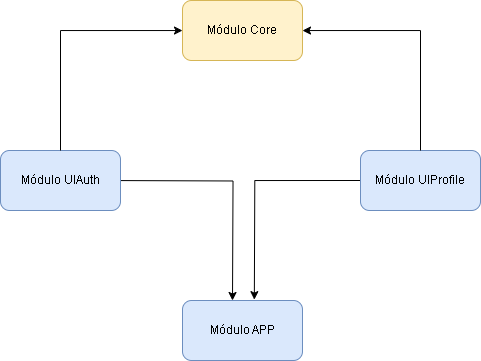
This is docs/modules.png from raphaelmaracaipe/portfolio-android, a draw.io export, as it was before one commit. Source tidied: cells renumbered, new cells last; positions are measured from the earlier drawing's top-left corner, leaving out a move shared by most shapes. Source of this version:
```xml
<mxGraphModel>
  <root>
    <mxCell id="0" />
    <mxCell id="1" parent="0" />
    <mxCell id="2" value="Módulo APP" style="rounded=1;whiteSpace=wrap;html=1;fillColor=#dae8fc;strokeColor=#6c8ebf;" parent="1" vertex="1">
      <mxGeometry x="182" y="300" width="120" height="60" as="geometry" />
    </mxCell>
    <mxCell id="3" style="edgeStyle=orthogonalEdgeStyle;rounded=0;orthogonalLoop=1;jettySize=auto;html=1;entryX=0.5;entryY=0;entryDx=0;entryDy=0;" parent="1" edge="1">
      <mxGeometry relative="1" as="geometry">
        <mxPoint x="112" y="180" as="sourcePoint" />
        <mxPoint x="232" y="300" as="targetPoint" />
      </mxGeometry>
    </mxCell>
    <mxCell id="4" value="Módulo UIAuth" style="rounded=1;whiteSpace=wrap;html=1;fillColor=#dae8fc;strokeColor=#6c8ebf;" parent="1" vertex="1">
      <mxGeometry y="150" width="120" height="60" as="geometry" />
    </mxCell>
    <mxCell id="5" style="edgeStyle=orthogonalEdgeStyle;rounded=0;jettySize=auto;html=1;entryX=0.657;entryY=-0.031;entryDx=0;entryDy=0;entryPerimeter=0;exitX=0;exitY=0.5;exitDx=0;exitDy=0;" parent="1" edge="1" source="6">
      <mxGeometry relative="1" as="geometry">
        <mxPoint x="253.8" y="299.1" as="targetPoint" />
      </mxGeometry>
    </mxCell>
    <mxCell id="6" value="Módulo UIProfile" style="rounded=1;whiteSpace=wrap;html=1;fillColor=#dae8fc;strokeColor=#6c8ebf;" parent="1" vertex="1">
      <mxGeometry x="360" y="150" width="120" height="60" as="geometry" />
    </mxCell>
    <mxCell id="7" style="edgeStyle=orthogonalEdgeStyle;rounded=0;jettySize=auto;html=1;exitX=0.5;exitY=0;exitDx=0;exitDy=0;" parent="1" edge="1" source="4" target="9">
      <mxGeometry relative="1" as="geometry">
        <Array as="points">
          <mxPoint x="60" y="30" />
        </Array>
      </mxGeometry>
    </mxCell>
    <mxCell id="8" style="edgeStyle=orthogonalEdgeStyle;rounded=0;jettySize=auto;html=1;exitX=0.5;exitY=0;exitDx=0;exitDy=0;" parent="1" edge="1" source="6" target="9">
      <mxGeometry relative="1" as="geometry">
        <Array as="points">
          <mxPoint x="420" y="30" />
        </Array>
      </mxGeometry>
    </mxCell>
    <mxCell id="9" value="Módulo Core" style="rounded=1;whiteSpace=wrap;html=1;fillColor=#fff2cc;strokeColor=#d6b656;" parent="1" vertex="1">
      <mxGeometry x="182" width="120" height="60" as="geometry" />
    </mxCell>
  </root>
</mxGraphModel>
```
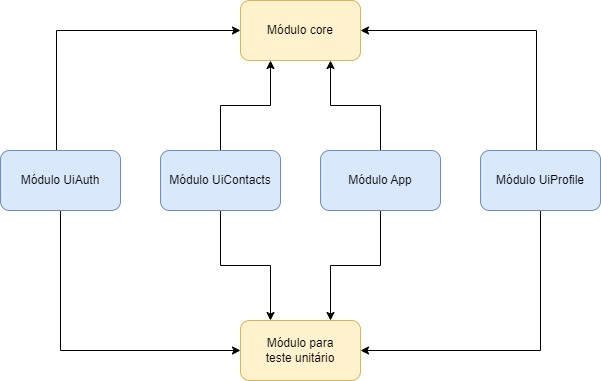
Later version of the same file.

What changed in the source:
```diff
@@ -2,42 +2,63 @@
   <root>
     <mxCell id="0" />
     <mxCell id="1" parent="0" />
-    <mxCell id="2" value="Módulo APP" style="rounded=1;whiteSpace=wrap;html=1;fillColor=#dae8fc;strokeColor=#6c8ebf;" parent="1" vertex="1">
-      <mxGeometry x="182" y="300" width="120" height="60" as="geometry" />
-    </mxCell>
-    <mxCell id="3" style="edgeStyle=orthogonalEdgeStyle;rounded=0;orthogonalLoop=1;jettySize=auto;html=1;entryX=0.5;entryY=0;entryDx=0;entryDy=0;" parent="1" edge="1">
-      <mxGeometry relative="1" as="geometry">
-        <mxPoint x="112" y="180" as="sourcePoint" />
-        <mxPoint x="232" y="300" as="targetPoint" />
-      </mxGeometry>
-    </mxCell>
-    <mxCell id="4" value="Módulo UIAuth" style="rounded=1;whiteSpace=wrap;html=1;fillColor=#dae8fc;strokeColor=#6c8ebf;" parent="1" vertex="1">
-      <mxGeometry y="150" width="120" height="60" as="geometry" />
-    </mxCell>
-    <mxCell id="5" style="edgeStyle=orthogonalEdgeStyle;rounded=0;jettySize=auto;html=1;entryX=0.657;entryY=-0.031;entryDx=0;entryDy=0;entryPerimeter=0;exitX=0;exitY=0.5;exitDx=0;exitDy=0;" parent="1" edge="1" source="6">
-      <mxGeometry relative="1" as="geometry">
-        <mxPoint x="253.8" y="299.1" as="targetPoint" />
-      </mxGeometry>
-    </mxCell>
-    <mxCell id="6" value="Módulo UIProfile" style="rounded=1;whiteSpace=wrap;html=1;fillColor=#dae8fc;strokeColor=#6c8ebf;" parent="1" vertex="1">
-      <mxGeometry x="360" y="150" width="120" height="60" as="geometry" />
-    </mxCell>
-    <mxCell id="7" style="edgeStyle=orthogonalEdgeStyle;rounded=0;jettySize=auto;html=1;exitX=0.5;exitY=0;exitDx=0;exitDy=0;" parent="1" edge="1" source="4" target="9">
-      <mxGeometry relative="1" as="geometry">
-        <Array as="points">
-          <mxPoint x="60" y="30" />
-        </Array>
-      </mxGeometry>
-    </mxCell>
-    <mxCell id="8" style="edgeStyle=orthogonalEdgeStyle;rounded=0;jettySize=auto;html=1;exitX=0.5;exitY=0;exitDx=0;exitDy=0;" parent="1" edge="1" source="6" target="9">
-      <mxGeometry relative="1" as="geometry">
-        <Array as="points">
-          <mxPoint x="420" y="30" />
-        </Array>
-      </mxGeometry>
-    </mxCell>
-    <mxCell id="9" value="Módulo Core" style="rounded=1;whiteSpace=wrap;html=1;fillColor=#fff2cc;strokeColor=#d6b656;" parent="1" vertex="1">
-      <mxGeometry x="182" width="120" height="60" as="geometry" />
-    </mxCell>
+    <mxCell id="10" value="Módulo para&lt;br&gt;teste unitário" style="rounded=1;whiteSpace=wrap;html=1;fillColor=#fff2cc;strokeColor=#d6b656;" parent="1" vertex="1">
+      <mxGeometry x="-116" y="520" width="120" height="60" as="geometry" />
+    </mxCell>
+    <mxCell id="11" value="Módulo core" style="rounded=1;whiteSpace=wrap;html=1;fillColor=#fff2cc;strokeColor=#d6b656;" parent="1" vertex="1">
+      <mxGeometry x="-116" y="200" width="120" height="60" as="geometry" />
+    </mxCell>
+    <mxCell id="12" style="edgeStyle=orthogonalEdgeStyle;rounded=0;jettySize=auto;html=1;entryX=0;entryY=0.5;entryDx=0;entryDy=0;" parent="1" edge="1" source="14" target="10">
+      <mxGeometry relative="1" as="geometry">
+        <Array as="points">
+          <mxPoint x="-296" y="550" />
+        </Array>
+      </mxGeometry>
+    </mxCell>
+    <mxCell id="13" style="edgeStyle=orthogonalEdgeStyle;rounded=0;jettySize=auto;html=1;entryX=0;entryY=0.5;entryDx=0;entryDy=0;" parent="1" edge="1" source="14" target="11">
+      <mxGeometry relative="1" as="geometry">
+        <Array as="points">
+          <mxPoint x="-300" y="230" />
+        </Array>
+      </mxGeometry>
+    </mxCell>
+    <mxCell id="14" value="Módulo UiAuth" style="rounded=1;whiteSpace=wrap;html=1;fillColor=#dae8fc;strokeColor=#6c8ebf;" parent="1" vertex="1">
+      <mxGeometry x="-356" y="350" width="120" height="60" as="geometry" />
+    </mxCell>
+    <mxCell id="15" style="edgeStyle=orthogonalEdgeStyle;rounded=0;jettySize=auto;html=1;entryX=0.25;entryY=0;entryDx=0;entryDy=0;" parent="1" edge="1" source="17" target="10">
+      <mxGeometry relative="1" as="geometry" />
+    </mxCell>
+    <mxCell id="16" style="edgeStyle=orthogonalEdgeStyle;rounded=0;jettySize=auto;html=1;entryX=0.25;entryY=1;entryDx=0;entryDy=0;" parent="1" edge="1" source="17" target="11">
+      <mxGeometry relative="1" as="geometry" />
+    </mxCell>
+    <mxCell id="17" value="Módulo UiContacts" style="rounded=1;whiteSpace=wrap;html=1;fillColor=#dae8fc;strokeColor=#6c8ebf;" parent="1" vertex="1">
+      <mxGeometry x="-196" y="350" width="120" height="60" as="geometry" />
+    </mxCell>
+    <mxCell id="18" style="edgeStyle=orthogonalEdgeStyle;rounded=0;jettySize=auto;html=1;entryX=1;entryY=0.5;entryDx=0;entryDy=0;" parent="1" edge="1" source="20" target="10">
+      <mxGeometry relative="1" as="geometry">
+        <Array as="points">
+          <mxPoint x="184" y="550" />
+        </Array>
+      </mxGeometry>
+    </mxCell>
+    <mxCell id="19" style="edgeStyle=orthogonalEdgeStyle;rounded=0;jettySize=auto;html=1;entryX=1;entryY=0.5;entryDx=0;entryDy=0;" parent="1" edge="1" source="20" target="11">
+      <mxGeometry relative="1" as="geometry">
+        <Array as="points">
+          <mxPoint x="180" y="230" />
+        </Array>
+      </mxGeometry>
+    </mxCell>
+    <mxCell id="20" value="Módulo UiProfile&lt;br&gt;" style="rounded=1;whiteSpace=wrap;html=1;fillColor=#dae8fc;strokeColor=#6c8ebf;" parent="1" vertex="1">
+      <mxGeometry x="124" y="350" width="120" height="60" as="geometry" />
+    </mxCell>
+    <mxCell id="21" style="edgeStyle=orthogonalEdgeStyle;rounded=0;jettySize=auto;html=1;entryX=0.75;entryY=0;entryDx=0;entryDy=0;" parent="1" edge="1" source="23" target="10">
+      <mxGeometry relative="1" as="geometry" />
+    </mxCell>
+    <mxCell id="22" style="edgeStyle=orthogonalEdgeStyle;rounded=0;jettySize=auto;html=1;entryX=0.75;entryY=1;entryDx=0;entryDy=0;" parent="1" edge="1" source="23" target="11">
+      <mxGeometry relative="1" as="geometry" />
+    </mxCell>
+    <mxCell id="23" value="Módulo App" style="rounded=1;whiteSpace=wrap;html=1;fillColor=#dae8fc;strokeColor=#6c8ebf;" parent="1" vertex="1">
+      <mxGeometry x="-36" y="350" width="120" height="60" as="geometry" />
+    </mxCell>
   </root>
 </mxGraphModel>
```
